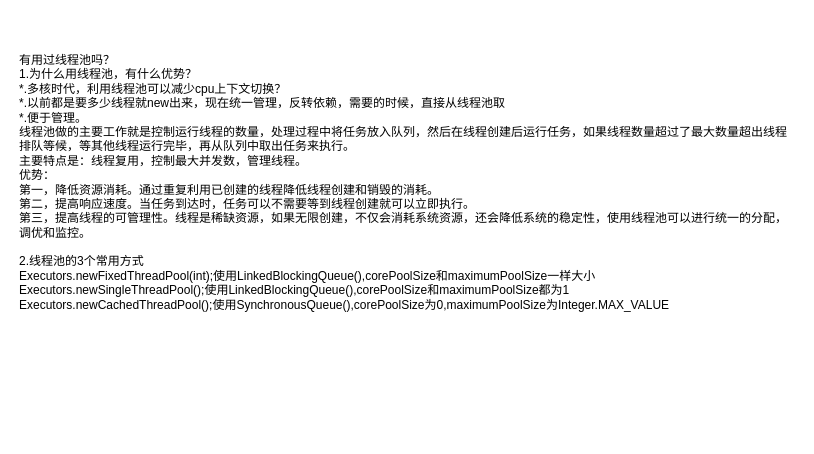
Earlier version of the draw.io diagram Java基础/多线程/线程池.drawio (qouson/my-Java-note). Source tidied: cells renumbered, new cells numbered last; positions are measured from the earlier drawing's top-left corner, leaving out a move shared by most shapes. Both pictures are drawn from the tidied source at 100%, with x=0, y=0 at pixel (17, 17).
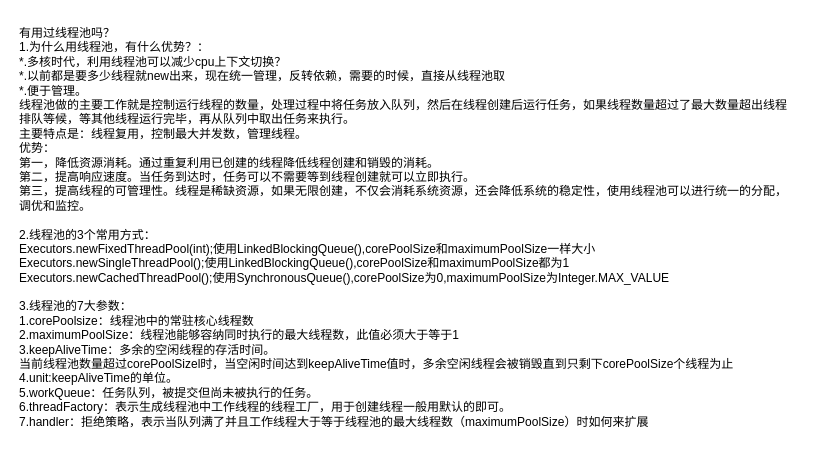
The same diagram, later.

Commit message:
更新线程池.drawio

The edit, as a diff of the source:
```diff
@@
 <mxGraphModel>
   <root>
     <mxCell id="0" />
     <mxCell id="1" parent="0" />
-    <mxCell id="2" value="&lt;div&gt;有用过线程池吗？&lt;/div&gt;&lt;div&gt;1.为什么用线程池，有什么优势？&lt;/div&gt;&lt;div&gt;*.多核时代，利用线程池可以减少cpu上下文切换？&lt;/div&gt;&lt;div&gt;*.以前都是要多少线程就new出来，现在统一管理，反转依赖，需要的时候，直接从线程池取&lt;/div&gt;&lt;div&gt;*.便于管理。&lt;/div&gt;&lt;div&gt;线程池做的主要工作就是控制运行线程的数量，处理过程中将任务放入队列，然后在线程创建后运行任务，如果线程数量超过了最大数量超出线程排队等候，等其他线程运行完毕，再从队列中取出任务来执行。&lt;/div&gt;&lt;div&gt;主要特点是：线程复用，控制最大并发数，管理线程。&lt;/div&gt;&lt;div&gt;优势：&lt;/div&gt;&lt;div&gt;第一，降低资源消耗。通过重复利用已创建的线程降低线程创建和销毁的消耗。&lt;/div&gt;&lt;div&gt;第二，提高响应速度。当任务到达时，任务可以不需要等到线程创建就可以立即执行。&lt;/div&gt;&lt;div&gt;第三，提高线程的可管理性。线程是稀缺资源，如果无限创建，不仅会消耗系统资源，还会降低系统的稳定性，使用线程池可以进行统一的分配，调优和监控。&lt;/div&gt;&lt;div&gt;&lt;br&gt;&lt;/div&gt;&lt;div&gt;2.线程池的3个常用方式&lt;/div&gt;&lt;div&gt;Executors.newFixedThreadPool(int);使用LinkedBlockingQueue(),corePoolSize和maximumPoolSize一样大小&lt;br&gt;&lt;/div&gt;&lt;div&gt;Executors.newSingleThreadPool();使用LinkedBlockingQueue(),corePoolSize和maximumPoolSize都为1&lt;/div&gt;&lt;div&gt;Executors.newCachedThreadPool();使用SynchronousQueue(),corePoolSize为0,maximumPoolSize为Integer.MAX_VALUE&lt;br&gt;&lt;/div&gt;" style="text;html=1;strokeColor=none;fillColor=none;align=left;verticalAlign=middle;whiteSpace=wrap;rounded=0;" parent="1" vertex="1">
-      <mxGeometry width="780" height="330" as="geometry" />
+    <mxCell id="2" value="&lt;div&gt;有用过线程池吗？&lt;/div&gt;&lt;div&gt;1.为什么用线程池，有什么优势？：&lt;/div&gt;&lt;div&gt;*.多核时代，利用线程池可以减少cpu上下文切换？&lt;/div&gt;&lt;div&gt;*.以前都是要多少线程就new出来，现在统一管理，反转依赖，需要的时候，直接从线程池取&lt;/div&gt;&lt;div&gt;*.便于管理。&lt;/div&gt;&lt;div&gt;线程池做的主要工作就是控制运行线程的数量，处理过程中将任务放入队列，然后在线程创建后运行任务，如果线程数量超过了最大数量超出线程排队等候，等其他线程运行完毕，再从队列中取出任务来执行。&lt;/div&gt;&lt;div&gt;主要特点是：线程复用，控制最大并发数，管理线程。&lt;/div&gt;&lt;div&gt;优势：&lt;/div&gt;&lt;div&gt;第一，降低资源消耗。通过重复利用已创建的线程降低线程创建和销毁的消耗。&lt;/div&gt;&lt;div&gt;第二，提高响应速度。当任务到达时，任务可以不需要等到线程创建就可以立即执行。&lt;/div&gt;&lt;div&gt;第三，提高线程的可管理性。线程是稀缺资源，如果无限创建，不仅会消耗系统资源，还会降低系统的稳定性，使用线程池可以进行统一的分配，调优和监控。&lt;/div&gt;&lt;div&gt;&lt;br&gt;&lt;/div&gt;&lt;div&gt;2.线程池的3个常用方式：&lt;/div&gt;&lt;div&gt;Executors.newFixedThreadPool(int);使用LinkedBlockingQueue(),corePoolSize和maximumPoolSize一样大小&lt;br&gt;&lt;/div&gt;&lt;div&gt;Executors.newSingleThreadPool();使用LinkedBlockingQueue(),corePoolSize和maximumPoolSize都为1&lt;/div&gt;&lt;div&gt;Executors.newCachedThreadPool();使用SynchronousQueue(),corePoolSize为0,maximumPoolSize为Integer.MAX_VALUE&lt;/div&gt;&lt;div&gt;&lt;br&gt;&lt;/div&gt;&lt;div&gt;3.线程池的7大参数：&lt;/div&gt;&lt;div&gt;1.corePoolsize：线程池中的常驻核心线程数&lt;br&gt;2.maximumPoolSize：线程池能够容纳同时执行的最大线程数，此值必须大于等于1&lt;/div&gt;&lt;div&gt;3.keepAliveTime：多余的空闲线程的存活时间。&lt;br&gt;当前线程池数量超过corePoolSizel时，当空闲时间达到keepAliveTime值时，多余空闲线程会被销毁直到只剩下corePoolSize个线程为止&lt;br&gt;4.unit:keepAliveTime的单位。&lt;br&gt;5.workQueue：任务队列，被提交但尚未被执行的任务。&lt;br&gt;6.threadFactory：表示生成线程池中工作线程的线程工厂，用于创建线程一般用默认的即可。&lt;br&gt;7.handler：拒绝策略，表示当队列满了并且工作线程大于等于线程池的最大线程数（maximumPoolSize）时如何来扩展&lt;br&gt;&lt;/div&gt;" style="text;html=1;strokeColor=none;fillColor=none;align=left;verticalAlign=middle;whiteSpace=wrap;rounded=0;" parent="1" vertex="1">
+      <mxGeometry width="780" height="420" as="geometry" />
     </mxCell>
   </root>
 </mxGraphModel>
```
